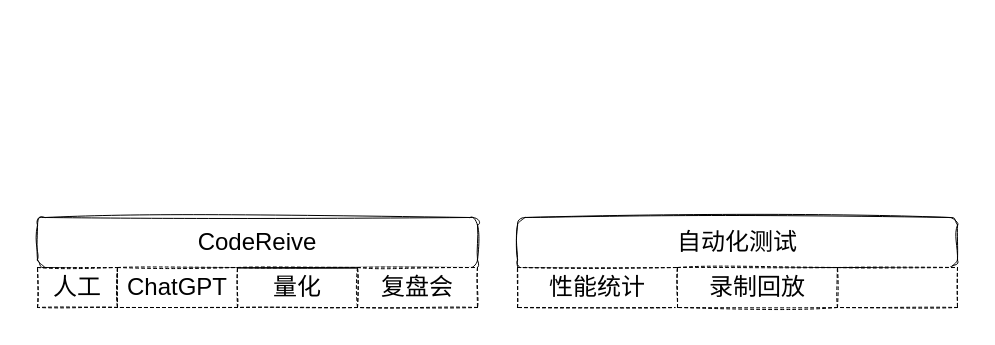
skindhu/AlphaAnimationView keeps this draw.io diagram as 未命名绘图.drawio. Above is the earlier version. Source tidied: cells renumbered, new cells numbered last; positions are measured from the earlier drawing's top-left corner, leaving out a move shared by most shapes. Both pictures are drawn from the tidied source at 100%, with x=0, y=0 at pixel (37, 217).
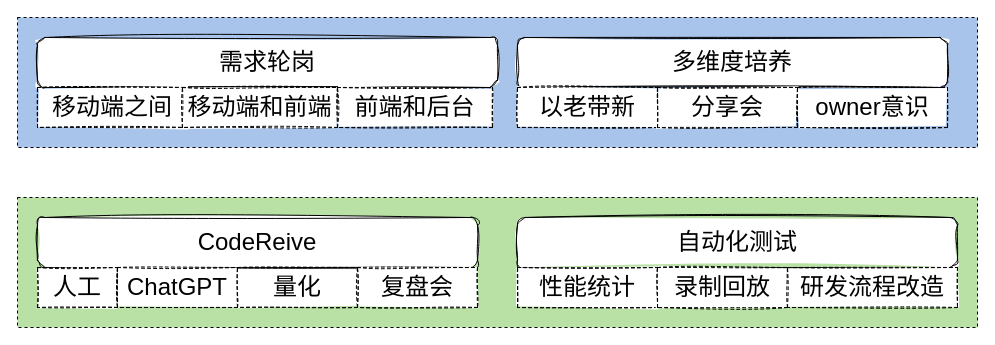
After the change.

Commit message:
更新未命名绘图.drawio

Diff of the diagram source:
```diff
@@
+    <mxCell id="11" style="rounded=0;whiteSpace=wrap;html=1;dashed=1;fillColor=#A9C4EB;" parent="1" vertex="1">
+      <mxGeometry x="-20" y="-200" width="960" height="130" as="geometry" />
+    </mxCell>
+    <mxCell id="12" style="rounded=0;whiteSpace=wrap;html=1;dashed=1;fillColor=#B9E0A5;" parent="1" vertex="1">
+      <mxGeometry x="-20" y="-20" width="960" height="130" as="geometry" />
+    </mxCell>
@@
     <mxCell id="8" value="性能统计" style="rounded=0;whiteSpace=wrap;html=1;sketch=1;fontSize=24;dashed=1;" parent="1" vertex="1">
-      <mxGeometry x="480" y="50" width="160" height="40" as="geometry" />
+      <mxGeometry x="480" y="50" width="140" height="40" as="geometry" />
     </mxCell>
     <mxCell id="9" value="录制回放" style="rounded=0;whiteSpace=wrap;html=1;sketch=1;fontSize=24;dashed=1;" parent="1" vertex="1">
-      <mxGeometry x="640" y="50" width="160" height="40" as="geometry" />
+      <mxGeometry x="620" y="50" width="130" height="40" as="geometry" />
     </mxCell>
-    <mxCell id="10" style="rounded=0;whiteSpace=wrap;html=1;sketch=1;fontSize=24;dashed=1;" parent="1" vertex="1">
-      <mxGeometry x="800" y="50" width="120" height="40" as="geometry" />
+    <mxCell id="10" value="研发流程改造" style="rounded=0;whiteSpace=wrap;html=1;sketch=1;fontSize=24;dashed=1;" parent="1" vertex="1">
+      <mxGeometry x="750" y="50" width="170" height="40" as="geometry" />
     </mxCell>
+    <mxCell id="13" value="&lt;font style=&quot;font-size: 24px;&quot;&gt;需求轮岗&lt;/font&gt;" style="rounded=1;whiteSpace=wrap;html=1;sketch=1;curveFitting=1;jiggle=2;" parent="1" vertex="1">
+      <mxGeometry y="-180" width="460" height="50" as="geometry" />
+    </mxCell>
+    <mxCell id="14" value="移动端之间" style="rounded=0;whiteSpace=wrap;html=1;sketch=1;fontSize=24;dashed=1;" parent="1" vertex="1">
+      <mxGeometry y="-130" width="150" height="40" as="geometry" />
+    </mxCell>
+    <mxCell id="15" value="移动端和前端" style="rounded=0;whiteSpace=wrap;html=1;sketch=1;fontSize=24;dashed=1;" parent="1" vertex="1">
+      <mxGeometry x="145" y="-130" width="155" height="40" as="geometry" />
+    </mxCell>
+    <mxCell id="16" value="前端和后台" style="rounded=0;whiteSpace=wrap;html=1;sketch=1;fontSize=24;dashed=1;" parent="1" vertex="1">
+      <mxGeometry x="300" y="-130" width="155" height="40" as="geometry" />
+    </mxCell>
+    <mxCell id="17" value="&lt;font style=&quot;font-size: 24px;&quot;&gt;多维度培养&lt;/font&gt;" style="rounded=1;whiteSpace=wrap;html=1;sketch=1;curveFitting=1;jiggle=2;" parent="1" vertex="1">
+      <mxGeometry x="480" y="-180" width="430" height="50" as="geometry" />
+    </mxCell>
+    <mxCell id="18" value="以老带新" style="rounded=0;whiteSpace=wrap;html=1;sketch=1;fontSize=24;dashed=1;" parent="1" vertex="1">
+      <mxGeometry x="480" y="-130" width="140" height="40" as="geometry" />
+    </mxCell>
+    <mxCell id="19" value="分享会" style="rounded=0;whiteSpace=wrap;html=1;sketch=1;fontSize=24;dashed=1;" parent="1" vertex="1">
+      <mxGeometry x="620" y="-130" width="140" height="40" as="geometry" />
+    </mxCell>
+    <mxCell id="20" value="owner意识" style="rounded=0;whiteSpace=wrap;html=1;sketch=1;fontSize=24;dashed=1;" parent="1" vertex="1">
+      <mxGeometry x="760" y="-130" width="150" height="40" as="geometry" />
+    </mxCell>
```
